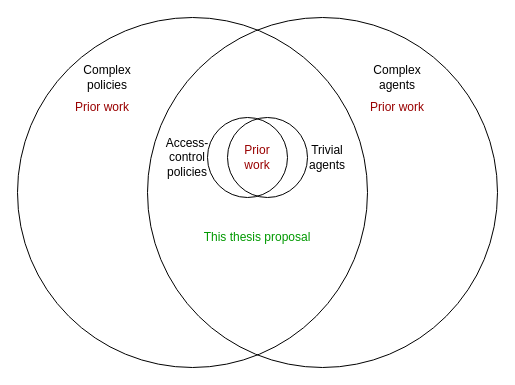
Before: Figures/Research_Gap.drawio in Entze/APIA, a draw.io diagram. Source tidied: cells renumbered, new cells numbered last; positions are measured from the earlier drawing's top-left corner, leaving out a move shared by most shapes. Both pictures are drawn from the tidied source at 100%, with x=0, y=0 at pixel (17, 17).
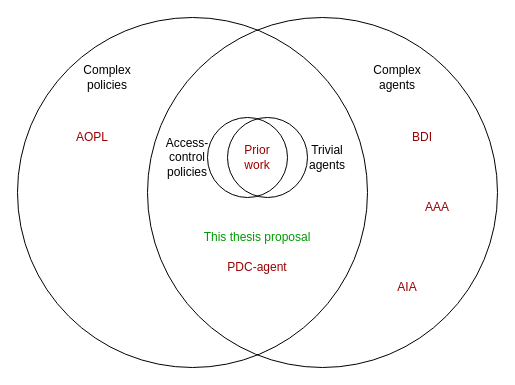
After the change.

The edit, as a diff of the source:
```diff
@@
 <mxGraphModel>
   <root>
     <mxCell id="0" />
     <mxCell id="1" parent="0" />
     <mxCell id="2" style="ellipse;whiteSpace=wrap;html=1;fillColor=none;align=center;" parent="1" vertex="1">
       <mxGeometry width="350" height="350" as="geometry" />
     </mxCell>
     <mxCell id="3" style="ellipse;whiteSpace=wrap;html=1;fillColor=none;align=center;" parent="1" vertex="1">
       <mxGeometry x="130" width="350" height="350" as="geometry" />
     </mxCell>
     <mxCell id="4" value="&lt;div&gt;Complex policies&lt;/div&gt;" style="text;html=1;strokeColor=none;fillColor=none;align=center;verticalAlign=middle;whiteSpace=wrap;rounded=0;" parent="1" vertex="1">
       <mxGeometry x="70" y="50" width="40" height="20" as="geometry" />
     </mxCell>
     <mxCell id="5" value="Complex agents" style="text;html=1;strokeColor=none;fillColor=none;align=center;verticalAlign=middle;whiteSpace=wrap;rounded=0;" parent="1" vertex="1">
       <mxGeometry x="360" y="50" width="40" height="20" as="geometry" />
     </mxCell>
     <mxCell id="6" parent="0" />
     <mxCell id="7" style="ellipse;whiteSpace=wrap;html=1;fillColor=none;align=center;" parent="6" vertex="1">
       <mxGeometry x="190" y="100" width="80" height="80" as="geometry" />
     </mxCell>
     <mxCell id="8" style="ellipse;whiteSpace=wrap;html=1;fillColor=none;align=center;" parent="6" vertex="1">
       <mxGeometry x="210" y="100" width="80" height="80" as="geometry" />
     </mxCell>
     <mxCell id="9" value="Trivial agents" style="text;html=1;strokeColor=none;fillColor=none;align=center;verticalAlign=middle;whiteSpace=wrap;rounded=0;" parent="6" vertex="1">
       <mxGeometry x="290" y="130" width="40" height="20" as="geometry" />
     </mxCell>
     <mxCell id="10" value="Access-control policies" style="text;html=1;strokeColor=none;fillColor=none;align=center;verticalAlign=middle;whiteSpace=wrap;rounded=0;" parent="6" vertex="1">
       <mxGeometry x="150" y="130" width="40" height="20" as="geometry" />
     </mxCell>
     <mxCell id="11" parent="0" />
-    <mxCell id="12" value="Prior work" style="text;html=1;strokeColor=none;fillColor=none;align=center;verticalAlign=middle;whiteSpace=wrap;rounded=0;fontColor=#990000;" parent="11" vertex="1">
-      <mxGeometry x="340" y="80" width="80" height="20" as="geometry" />
+    <mxCell id="12" value="AAA" style="text;html=1;strokeColor=none;fillColor=none;align=center;verticalAlign=middle;whiteSpace=wrap;rounded=0;fontColor=#990000;" parent="11" vertex="1">
+      <mxGeometry x="380" y="180" width="80" height="20" as="geometry" />
     </mxCell>
     <mxCell id="13" value="Prior work" style="text;html=1;strokeColor=none;fillColor=none;align=center;verticalAlign=middle;whiteSpace=wrap;rounded=0;fontColor=#990000;" parent="11" vertex="1">
       <mxGeometry x="220" y="130" width="40" height="20" as="geometry" />
     </mxCell>
-    <mxCell id="14" value="Prior work" style="text;html=1;strokeColor=none;fillColor=none;align=center;verticalAlign=middle;whiteSpace=wrap;rounded=0;fontColor=#990000;" parent="11" vertex="1">
-      <mxGeometry x="50" y="80" width="70" height="20" as="geometry" />
+    <mxCell id="14" value="AOPL" style="text;html=1;strokeColor=none;fillColor=none;align=center;verticalAlign=middle;whiteSpace=wrap;rounded=0;fontColor=#990000;" parent="11" vertex="1">
+      <mxGeometry x="40" y="110" width="70" height="20" as="geometry" />
     </mxCell>
     <mxCell id="15" value="This thesis proposal" style="text;html=1;strokeColor=none;fillColor=none;align=center;verticalAlign=middle;whiteSpace=wrap;rounded=0;fontColor=#009900;" parent="11" vertex="1">
       <mxGeometry x="175" y="210" width="130" height="20" as="geometry" />
     </mxCell>
+    <mxCell id="16" value="AIA" style="text;html=1;strokeColor=none;fillColor=none;align=center;verticalAlign=middle;whiteSpace=wrap;rounded=0;fontColor=#990000;" parent="11" vertex="1">
+      <mxGeometry x="350" y="260" width="80" height="20" as="geometry" />
+    </mxCell>
+    <mxCell id="17" value="BDI" style="text;html=1;strokeColor=none;fillColor=none;align=center;verticalAlign=middle;whiteSpace=wrap;rounded=0;fontColor=#990000;" parent="11" vertex="1">
+      <mxGeometry x="365" y="110" width="80" height="20" as="geometry" />
+    </mxCell>
+    <mxCell id="18" value="PDC-agent" style="text;html=1;strokeColor=none;fillColor=none;align=center;verticalAlign=middle;whiteSpace=wrap;rounded=0;fontColor=#990000;" parent="11" vertex="1">
+      <mxGeometry x="200" y="240" width="80" height="20" as="geometry" />
+    </mxCell>
   </root>
 </mxGraphModel>
```
